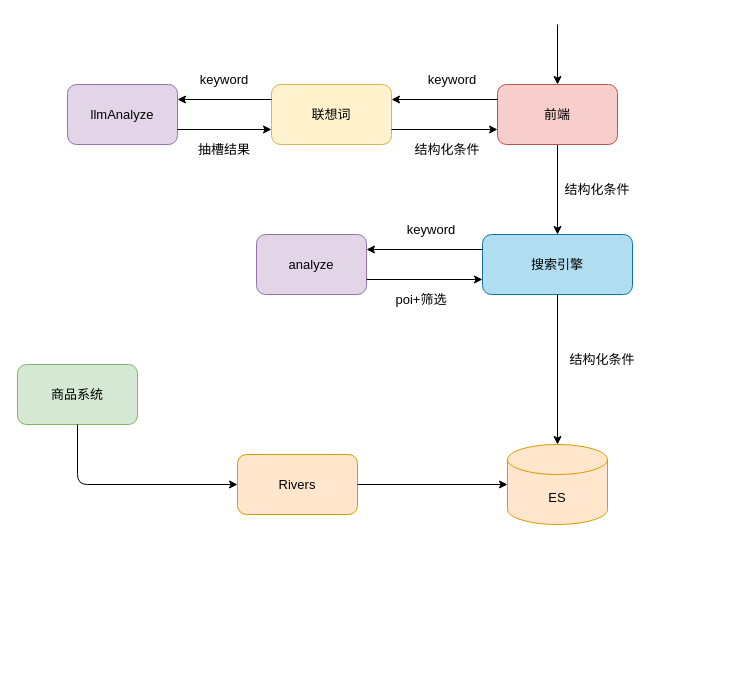
This is 20260921搜索系统语音搜索.drawio from haiyang1985/draw-io, a draw.io file, before an edit. Source tidied: cells renumbered, new cells numbered last; positions are measured from the earlier drawing's top-left corner, leaving out a move shared by most shapes. Both pictures are drawn from the tidied source at 100%, with x=0, y=0 at pixel (17, 24).
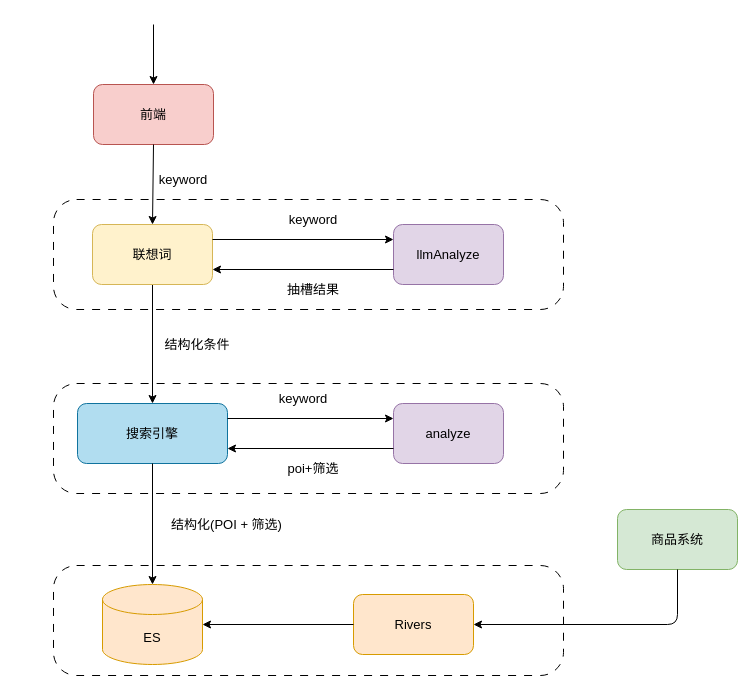
Above is the later version.

Commit message:
更新20260921搜索系统语音搜索.drawio

What changed in the source:
```diff
@@
+    <mxCell id="29" style="rounded=1;whiteSpace=wrap;html=1;roundedPerimeter=1;arcSize=21;dashed=1;dashPattern=8 8;" parent="1" vertex="1">
+      <mxGeometry x="36" y="541" width="510" height="110" as="geometry" />
+    </mxCell>
+    <mxCell id="30" style="rounded=1;whiteSpace=wrap;html=1;roundedPerimeter=1;arcSize=21;dashed=1;dashPattern=8 8;" parent="1" vertex="1">
+      <mxGeometry x="36" y="359" width="510" height="110" as="geometry" />
+    </mxCell>
+    <mxCell id="31" style="rounded=1;whiteSpace=wrap;html=1;roundedPerimeter=1;arcSize=21;dashed=1;dashPattern=8 8;" parent="1" vertex="1">
+      <mxGeometry x="36" y="175" width="510" height="110" as="geometry" />
+    </mxCell>
     <mxCell id="2" value="ES" style="shape=cylinder3;whiteSpace=wrap;html=1;boundedLbl=1;backgroundOutline=1;size=15;fontSize=13;fillColor=#ffe6cc;strokeColor=#d79b00;" parent="1" vertex="1">
-      <mxGeometry x="490" y="420" width="100" height="80" as="geometry" />
+      <mxGeometry x="85" y="560" width="100" height="80" as="geometry" />
     </mxCell>
     <mxCell id="3" value="Rivers" style="rounded=1;whiteSpace=wrap;html=1;fontSize=13;fillColor=#ffe6cc;strokeColor=#d79b00;" parent="1" vertex="1">
-      <mxGeometry x="220" y="430" width="120" height="60" as="geometry" />
+      <mxGeometry x="336" y="570" width="120" height="60" as="geometry" />
     </mxCell>
     <mxCell id="4" value="商品系统" style="rounded=1;whiteSpace=wrap;html=1;fontSize=13;fillColor=#d5e8d4;strokeColor=#82b366;" parent="1" vertex="1">
-      <mxGeometry y="340" width="120" height="60" as="geometry" />
+      <mxGeometry x="600" y="485" width="120" height="60" as="geometry" />
     </mxCell>
-    <mxCell id="5" style="endArrow=classic;html=1;rounded=1;exitX=0.5;exitY=1;exitDx=0;exitDy=0;entryX=0;entryY=0.5;entryDx=0;entryDy=0;edgeStyle=orthogonalEdgeStyle;fontSize=13;" parent="1" edge="1" source="4" target="3">
-      <mxGeometry relative="1" as="geometry" />
+    <mxCell id="5" style="endArrow=classic;html=1;rounded=1;exitX=0.5;exitY=1;exitDx=0;exitDy=0;entryX=1;entryY=0.5;entryDx=0;entryDy=0;fontSize=13;edgeStyle=orthogonalEdgeStyle;" parent="1" edge="1" source="4" target="3">
+      <mxGeometry x="-0.27" relative="1" as="geometry" />
     </mxCell>
-    <mxCell id="6" style="endArrow=classic;html=1;rounded=1;exitX=1;exitY=0.5;exitDx=0;exitDy=0;entryX=0;entryY=0.5;entryDx=0;entryDy=0;edgeStyle=orthogonalEdgeStyle;fontSize=13;entryPerimeter=0;" parent="1" edge="1" source="3" target="2">
+    <mxCell id="6" style="endArrow=classic;html=1;rounded=1;exitX=0;exitY=0.5;exitDx=0;exitDy=0;entryX=1;entryY=0.5;entryDx=0;entryDy=0;edgeStyle=orthogonalEdgeStyle;fontSize=13;entryPerimeter=0;" parent="1" edge="1" source="3" target="2">
       <mxGeometry relative="1" as="geometry" />
     </mxCell>
     <mxCell id="7" value="搜索引擎" style="rounded=1;whiteSpace=wrap;html=1;fontSize=13;fillColor=#b1ddf0;strokeColor=#10739e;" parent="1" vertex="1">
-      <mxGeometry x="465" y="210" width="150" height="60" as="geometry" />
+      <mxGeometry x="60" y="379" width="150" height="60" as="geometry" />
     </mxCell>
-    <mxCell id="8" style="endArrow=classic;html=1;rounded=0;entryX=0.5;entryY=0;entryDx=0;entryDy=0;exitX=0.5;exitY=1;exitDx=0;exitDy=0;fontSize=13;" parent="1" edge="1" source="16" target="7">
+    <mxCell id="8" style="endArrow=classic;html=1;rounded=0;entryX=0.5;entryY=0;entryDx=0;entryDy=0;exitX=0.5;exitY=1;exitDx=0;exitDy=0;fontSize=13;" parent="1" edge="1" source="17" target="7">
       <mxGeometry relative="1" as="geometry" />
     </mxCell>
-    <mxCell id="9" style="endArrow=classic;html=1;rounded=0;exitX=0;exitY=0.25;exitDx=0;exitDy=0;entryX=1;entryY=0.25;entryDx=0;entryDy=0;fontSize=13;" parent="1" edge="1" source="7" target="10">
+    <mxCell id="9" style="endArrow=classic;html=1;rounded=0;exitX=1;exitY=0.25;exitDx=0;exitDy=0;fontSize=13;entryX=0;entryY=0.25;entryDx=0;entryDy=0;" parent="1" edge="1" source="7" target="10">
       <mxGeometry relative="1" as="geometry" />
     </mxCell>
     <mxCell id="10" value="analyze" style="rounded=1;whiteSpace=wrap;html=1;fillColor=#e1d5e7;strokeColor=#9673a6;fontSize=13;" parent="1" vertex="1">
-      <mxGeometry x="239" y="210" width="110" height="60" as="geometry" />
+      <mxGeometry x="376" y="379" width="110" height="60" as="geometry" />
     </mxCell>
-    <mxCell id="11" style="endArrow=classic;html=1;rounded=0;exitX=1;exitY=0.75;exitDx=0;exitDy=0;entryX=0;entryY=0.75;entryDx=0;entryDy=0;fontSize=13;" parent="1" edge="1" source="10" target="7">
+    <mxCell id="11" style="endArrow=classic;html=1;rounded=0;exitX=0;exitY=0.75;exitDx=0;exitDy=0;entryX=1;entryY=0.75;entryDx=0;entryDy=0;fontSize=13;" parent="1" edge="1" source="10" target="7">
       <mxGeometry relative="1" as="geometry" />
     </mxCell>
@@
     <mxCell id="13" value="&lt;font&gt;poi+筛选&lt;/font&gt;" style="text;html=1;whiteSpace=wrap;strokeColor=none;fillColor=none;align=center;verticalAlign=middle;rounded=0;fontSize=13;" parent="1" vertex="1">
-      <mxGeometry x="374" y="260" width="60" height="30" as="geometry" />
+      <mxGeometry x="266" y="429" width="60" height="30" as="geometry" />
     </mxCell>
     <mxCell id="14" value="&lt;font&gt;keyword&lt;/font&gt;" style="text;html=1;whiteSpace=wrap;strokeColor=none;fillColor=none;align=center;verticalAlign=middle;rounded=0;fontSize=13;" parent="1" vertex="1">
-      <mxGeometry x="384" y="190" width="60" height="30" as="geometry" />
+      <mxGeometry x="256" y="359" width="60" height="30" as="geometry" />
     </mxCell>
-    <mxCell id="15" value="结构化条件" style="text;html=1;whiteSpace=wrap;strokeColor=none;fillColor=none;align=center;verticalAlign=middle;rounded=0;fontSize=13;" parent="1" vertex="1">
-      <mxGeometry x="540" y="320" width="90" height="30" as="geometry" />
+    <mxCell id="15" value="结构化(POI + 筛选)" style="text;html=1;whiteSpace=wrap;strokeColor=none;fillColor=none;align=center;verticalAlign=middle;rounded=0;fontSize=13;" parent="1" vertex="1">
+      <mxGeometry x="150" y="485" width="119" height="30" as="geometry" />
     </mxCell>
     <mxCell id="16" value="前端" style="rounded=1;whiteSpace=wrap;html=1;fontSize=13;fillColor=#f8cecc;strokeColor=#b85450;" parent="1" vertex="1">
-      <mxGeometry x="480" y="60" width="120" height="60" as="geometry" />
+      <mxGeometry x="76" y="60" width="120" height="60" as="geometry" />
     </mxCell>
     <mxCell id="17" value="联想词" style="rounded=1;whiteSpace=wrap;html=1;fontSize=13;fillColor=#fff2cc;strokeColor=#d6b656;" parent="1" vertex="1">
-      <mxGeometry x="254" y="60" width="120" height="60" as="geometry" />
+      <mxGeometry x="75" y="200" width="120" height="60" as="geometry" />
     </mxCell>
     <mxCell id="18" value="llmAnalyze" style="rounded=1;whiteSpace=wrap;html=1;fillColor=#e1d5e7;strokeColor=#9673a6;fontSize=13;" parent="1" vertex="1">
-      <mxGeometry x="50" y="60" width="110" height="60" as="geometry" />
+      <mxGeometry x="376" y="200" width="110" height="60" as="geometry" />
     </mxCell>
     <mxCell id="19" style="endArrow=classic;html=1;rounded=0;entryX=0.5;entryY=0;entryDx=0;entryDy=0;fontSize=13;" parent="1" edge="1" target="16">
       <mxGeometry relative="1" as="geometry">
-        <mxPoint x="540" as="sourcePoint" />
+        <mxPoint x="136" as="sourcePoint" />
       </mxGeometry>
     </mxCell>
-    <mxCell id="20" style="endArrow=classic;html=1;rounded=0;exitX=0;exitY=0.25;exitDx=0;exitDy=0;entryX=1;entryY=0.25;entryDx=0;entryDy=0;fontSize=13;" parent="1" edge="1" source="16" target="17">
+    <mxCell id="20" style="endArrow=classic;html=1;rounded=0;exitX=0.5;exitY=1;exitDx=0;exitDy=0;entryX=0.5;entryY=0;entryDx=0;entryDy=0;fontSize=13;" parent="1" edge="1" source="16" target="17">
       <mxGeometry relative="1" as="geometry" />
     </mxCell>
-    <mxCell id="21" style="endArrow=classic;html=1;rounded=0;exitX=1;exitY=0.75;exitDx=0;exitDy=0;entryX=0;entryY=0.75;entryDx=0;entryDy=0;fontSize=13;" parent="1" edge="1" source="17" target="16">
-      <mxGeometry relative="1" as="geometry" />
-    </mxCell>
-    <mxCell id="22" style="endArrow=classic;html=1;rounded=0;exitX=0;exitY=0.25;exitDx=0;exitDy=0;entryX=1;entryY=0.25;entryDx=0;entryDy=0;fontSize=13;" parent="1" edge="1" source="17" target="18">
+    <mxCell id="22" style="endArrow=classic;html=1;rounded=0;exitX=1;exitY=0.25;exitDx=0;exitDy=0;entryX=0;entryY=0.25;entryDx=0;entryDy=0;fontSize=13;" parent="1" edge="1" source="17" target="18">
       <mxGeometry relative="1" as="geometry" />
     </mxCell>
-    <mxCell id="23" style="endArrow=classic;html=1;rounded=0;entryX=0;entryY=0.75;entryDx=0;entryDy=0;exitX=1;exitY=0.75;exitDx=0;exitDy=0;fontSize=13;" parent="1" edge="1" source="18" target="17">
+    <mxCell id="23" style="endArrow=classic;html=1;rounded=0;entryX=1;entryY=0.75;entryDx=0;entryDy=0;exitX=0;exitY=0.75;exitDx=0;exitDy=0;fontSize=13;" parent="1" edge="1" source="18" target="17">
       <mxGeometry relative="1" as="geometry" />
     </mxCell>
     <mxCell id="24" value="keyword" style="text;html=1;whiteSpace=wrap;strokeColor=none;fillColor=none;align=center;verticalAlign=middle;rounded=0;fontSize=13;" parent="1" vertex="1">
-      <mxGeometry x="405" y="40" width="60" height="30" as="geometry" />
+      <mxGeometry x="136" y="140" width="60" height="30" as="geometry" />
     </mxCell>
     <mxCell id="25" value="keyword" style="text;html=1;whiteSpace=wrap;strokeColor=none;fillColor=none;align=center;verticalAlign=middle;rounded=0;fontSize=13;" parent="1" vertex="1">
-      <mxGeometry x="177" y="40" width="60" height="30" as="geometry" />
+      <mxGeometry x="266" y="180" width="60" height="30" as="geometry" />
     </mxCell>
     <mxCell id="26" value="抽槽结果" style="text;html=1;whiteSpace=wrap;strokeColor=none;fillColor=none;align=center;verticalAlign=middle;rounded=0;fontSize=13;" parent="1" vertex="1">
-      <mxGeometry x="177" y="110" width="60" height="30" as="geometry" />
+      <mxGeometry x="266" y="250" width="60" height="30" as="geometry" />
     </mxCell>
-    <mxCell id="27" value="结构化条件" style="text;html=1;whiteSpace=wrap;strokeColor=none;fillColor=none;align=center;verticalAlign=middle;rounded=0;fontSize=13;" parent="1" vertex="1">
-      <mxGeometry x="390" y="110" width="80" height="30" as="geometry" />
-    </mxCell>
     <mxCell id="28" value="结构化条件" style="text;html=1;whiteSpace=wrap;strokeColor=none;fillColor=none;align=center;verticalAlign=middle;rounded=0;fontSize=13;" parent="1" vertex="1">
-      <mxGeometry x="540" y="150" width="80" height="30" as="geometry" />
+      <mxGeometry x="140" y="305" width="80" height="30" as="geometry" />
     </mxCell>
```
